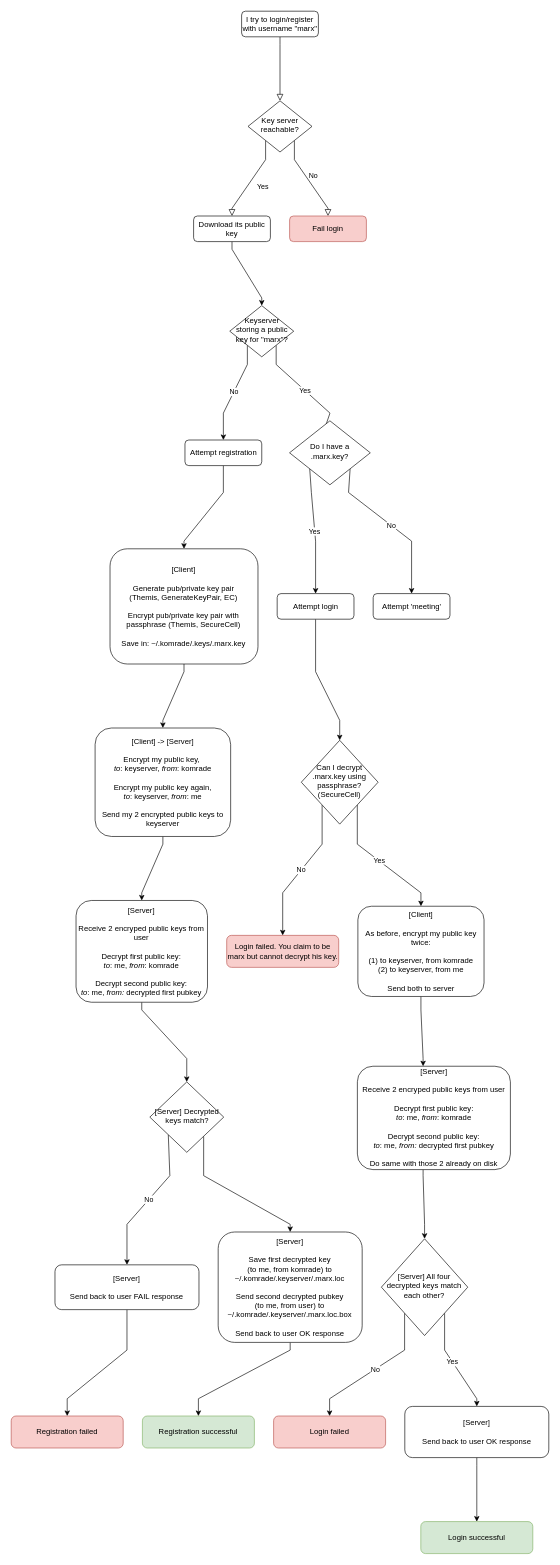
ComradOrg/Comrad keeps this draw.io diagram as docs/cryptosystems.drawio. Above is the earlier version. Source tidied: cells renumbered, new cells numbered last; positions are measured from the earlier drawing's top-left corner, leaving out a move shared by most shapes. Both pictures are drawn from the tidied source at 64%, with x=0, y=0 at pixel (11, 11).
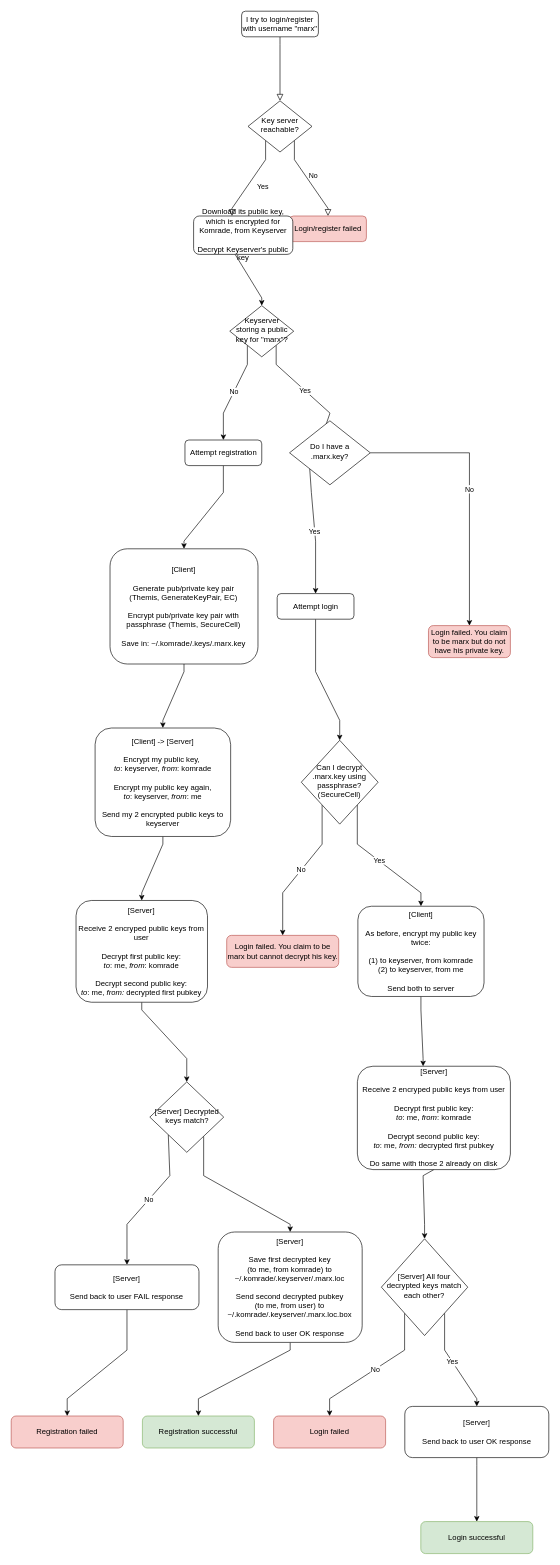
After the change.

The change refers to these unchanged cells:
```xml
<mxCell id="15" value="Do I have a .marx.key?" style="rhombus;whiteSpace=wrap;html=1;shadow=0;fontFamily=Helvetica;fontSize=12;align=center;strokeWidth=1;spacing=6;spacingTop=-4;" parent="1" vertex="1">
  <mxGeometry x="434.9" y="640" width="126.2" height="100" as="geometry" />
</mxCell>
<mxCell id="20" value="Attempt login" style="rounded=1;whiteSpace=wrap;html=1;fontSize=12;glass=0;strokeWidth=1;shadow=0;" parent="1" vertex="1">
  <mxGeometry x="415.6" y="910" width="120" height="40" as="geometry" />
</mxCell>
<mxCell id="41" value="&lt;div&gt;&lt;span&gt;[Server]&lt;/span&gt;&lt;/div&gt;&lt;div&gt;&lt;br&gt;&lt;/div&gt;&lt;div&gt;Receive 2 encryped public keys from user&lt;/div&gt;&lt;div&gt;&lt;br&gt;&lt;/div&gt;&lt;div&gt;Decrypt first public key:&lt;/div&gt;&lt;div&gt;&lt;i&gt;to&lt;/i&gt;: me,&amp;nbsp;&lt;span&gt;&lt;i&gt;from&lt;/i&gt;: komrade&lt;/span&gt;&lt;/div&gt;&lt;div&gt;&lt;br&gt;&lt;/div&gt;&lt;div&gt;Decrypt second public key:&lt;/div&gt;&lt;div&gt;&lt;i&gt;to&lt;/i&gt;: me, &lt;i&gt;from:&lt;/i&gt;&amp;nbsp;&lt;span&gt;decrypted first pubkey&lt;/span&gt;&lt;/div&gt;&lt;div&gt;&lt;span&gt;&lt;br&gt;&lt;/span&gt;&lt;/div&gt;&lt;div&gt;&lt;span&gt;Do same with those 2 already on disk&lt;/span&gt;&lt;/div&gt;" style="rounded=1;whiteSpace=wrap;html=1;fontSize=12;glass=0;strokeWidth=1;shadow=0;align=center;" parent="1" vertex="1">
  <mxGeometry x="540.9" y="1648.5" width="239.1" height="161.5" as="geometry" />
</mxCell>
<mxCell id="45" value="[Server] All four decrypted keys match each other?" style="rhombus;whiteSpace=wrap;html=1;shadow=0;fontFamily=Helvetica;fontSize=12;align=center;strokeWidth=1;spacing=6;spacingTop=-4;" parent="1" vertex="1">
  <mxGeometry x="578.4" y="1918.1" width="135" height="151.2" as="geometry" />
</mxCell>
```

Change to the diagram source:
```diff
@@
-    <mxCell id="7" value="Fail login" style="rounded=1;whiteSpace=wrap;html=1;fontSize=12;glass=0;strokeWidth=1;shadow=0;fillColor=#f8cecc;strokeColor=#b85450;" parent="1" vertex="1">
+    <mxCell id="7" value="Login/register failed" style="rounded=1;whiteSpace=wrap;html=1;fontSize=12;glass=0;strokeWidth=1;shadow=0;fillColor=#f8cecc;strokeColor=#b85450;" parent="1" vertex="1">
       <mxGeometry x="435" y="320" width="120" height="40" as="geometry" />
     </mxCell>
@@
-    <mxCell id="9" value="Download its public key" style="rounded=1;whiteSpace=wrap;html=1;fontSize=12;glass=0;strokeWidth=1;shadow=0;" parent="1" vertex="1">
-      <mxGeometry x="285" y="320" width="120" height="40" as="geometry" />
+    <mxCell id="9" value="Download its public key, which is encrypted for Komrade, from Keyserver&lt;br&gt;&lt;br&gt;Decrypt Keyserver's public key" style="rounded=1;whiteSpace=wrap;html=1;fontSize=12;glass=0;strokeWidth=1;shadow=0;" parent="1" vertex="1">
+      <mxGeometry x="285" y="320" width="155" height="60" as="geometry" />
     </mxCell>
@@
+    <mxCell id="14" value="Yes" style="edgeStyle=orthogonalEdgeStyle;rounded=0;jettySize=auto;html=1;noEdgeStyle=1;orthogonal=1;exitX=0;exitY=1;exitDx=0;exitDy=0;" parent="1" edge="1" source="15" target="20">
+      <mxGeometry relative="1" as="geometry">
+        <Array as="points">
+          <mxPoint x="469" y="752" />
+          <mxPoint x="475.6" y="828" />
+        </Array>
+      </mxGeometry>
+    </mxCell>
-    <mxCell id="13" value="No" style="edgeStyle=orthogonalEdgeStyle;rounded=0;jettySize=auto;html=1;noEdgeStyle=1;orthogonal=1;exitX=1;exitY=1;exitDx=0;exitDy=0;" parent="1" edge="1" source="15" target="16">
-      <mxGeometry relative="1" as="geometry">
-        <Array as="points">
-          <mxPoint x="527.1" y="752" />
-          <mxPoint x="625.6" y="828" />
-        </Array>
-      </mxGeometry>
+    <mxCell id="13" value="No" style="edgeStyle=orthogonalEdgeStyle;rounded=0;jettySize=auto;html=1;" parent="1" edge="1" source="15" target="51">
+      <mxGeometry relative="1" as="geometry" />
     </mxCell>
-    <mxCell id="14" value="Yes" style="edgeStyle=orthogonalEdgeStyle;rounded=0;jettySize=auto;html=1;noEdgeStyle=1;orthogonal=1;exitX=0;exitY=1;exitDx=0;exitDy=0;" parent="1" edge="1" source="15" target="20">
-      <mxGeometry relative="1" as="geometry">
-        <Array as="points">
-          <mxPoint x="469" y="752" />
-          <mxPoint x="475.6" y="828" />
-        </Array>
-      </mxGeometry>
-    </mxCell>
@@
-    <mxCell id="16" value="Attempt 'meeting'" style="rounded=1;whiteSpace=wrap;html=1;fontSize=12;glass=0;strokeWidth=1;shadow=0;" parent="1" vertex="1">
-      <mxGeometry x="565.6" y="910" width="120" height="40" as="geometry" />
-    </mxCell>
@@
-    <mxCell id="40" style="edgeStyle=orthogonalEdgeStyle;rounded=0;jettySize=auto;html=1;noEdgeStyle=1;orthogonal=1;" parent="1" edge="1" source="41" target="45">
+    <mxCell id="40" style="edgeStyle=orthogonalEdgeStyle;rounded=0;jettySize=auto;html=1;noEdgeStyle=1;orthogonal=1;exitX=0.5;exitY=1;exitDx=0;exitDy=0;" parent="1" edge="1" source="41" target="45">
       <mxGeometry relative="1" as="geometry">
         <Array as="points">
           <mxPoint x="643.6" y="1819.5" />
           <mxPoint x="645.9" y="1895.5" />
         </Array>
       </mxGeometry>
     </mxCell>
@@
+    <mxCell id="51" value="Login failed. You claim to be marx but do not have his private key." style="rounded=1;whiteSpace=wrap;html=1;fontSize=12;glass=0;strokeWidth=1;shadow=0;fillColor=#f8cecc;strokeColor=#b85450;" parent="1" vertex="1">
+      <mxGeometry x="652" y="960" width="128" height="50" as="geometry" />
+    </mxCell>
```
